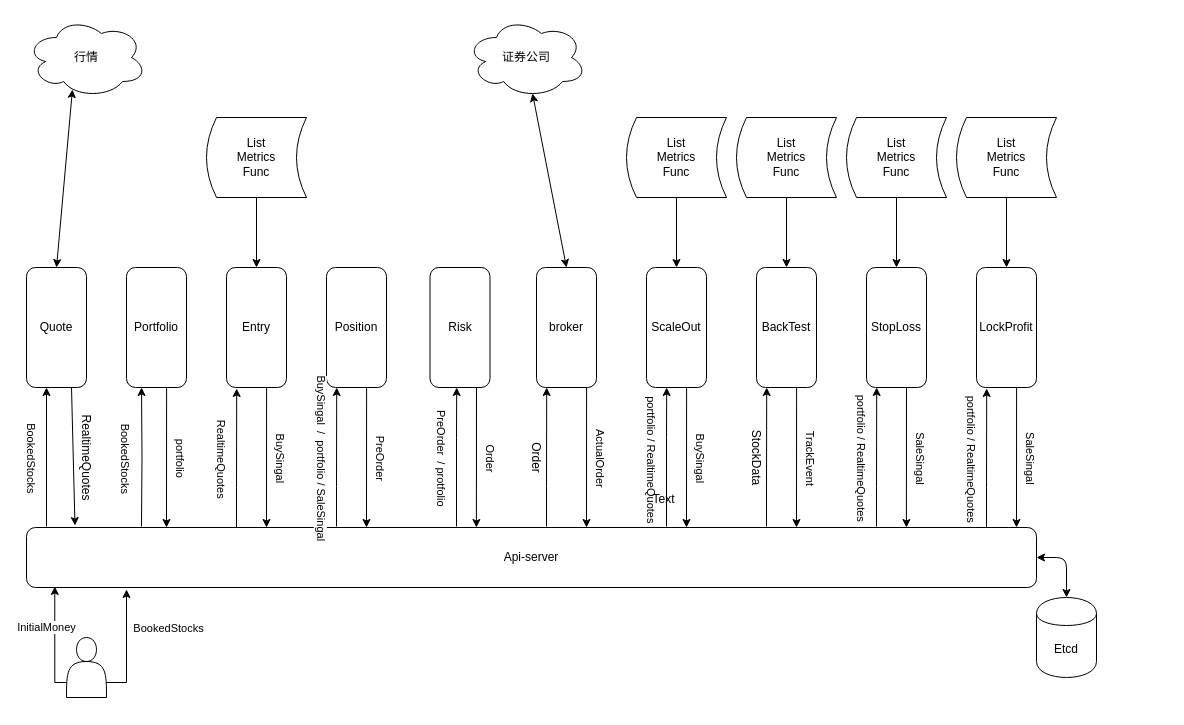
Above: model.drawio in charlesren/eagle (draw.io), before the change. Source tidied: cells renumbered, new cells numbered last; positions are measured from the earlier drawing's top-left corner, leaving out a move shared by most shapes. Both pictures are drawn from the tidied source at 100%, with x=0, y=0 at pixel (26, 17).
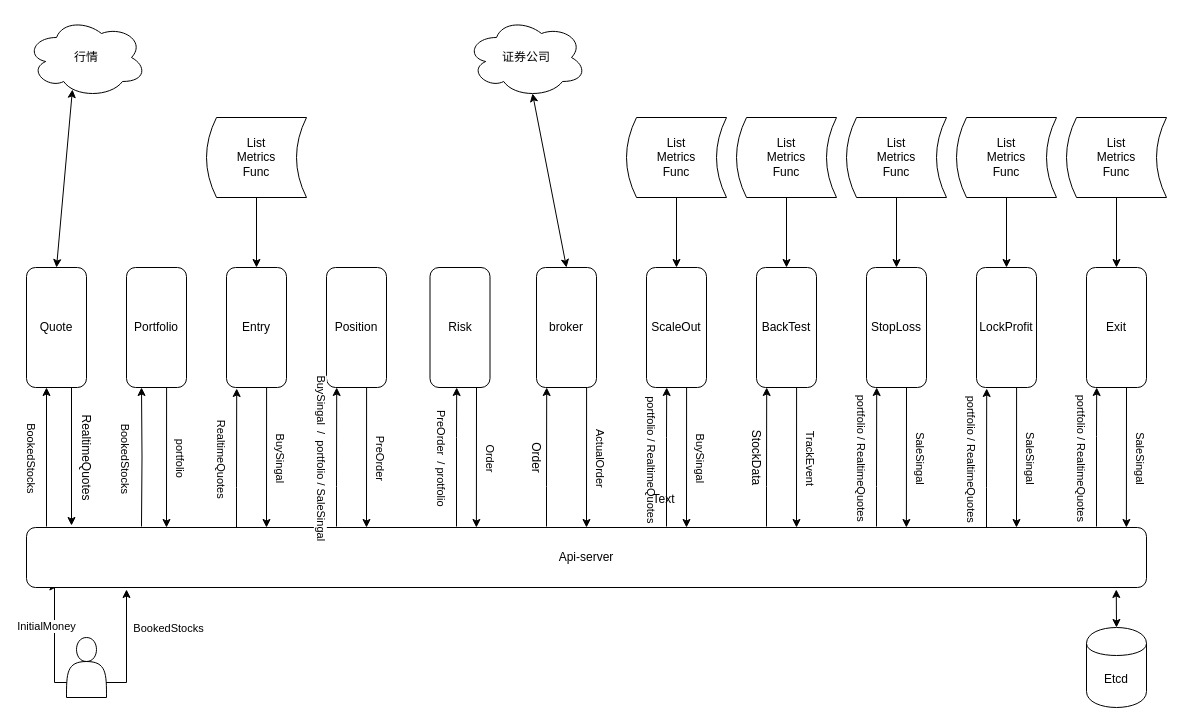
Above is the later version.

Unchanged cells that the change refers to:
```xml
<mxCell id="69" value="Quote" style="rounded=1;whiteSpace=wrap;html=1;direction=south;" parent="1" vertex="1">
  <mxGeometry y="250" width="60" height="120" as="geometry" />
</mxCell>
```

Change to the diagram source:
```diff
@@
     <mxCell id="4" value="Etcd" style="shape=cylinder;whiteSpace=wrap;html=1;boundedLbl=1;backgroundOutline=1;" parent="1" vertex="1">
-      <mxGeometry x="1010" y="580" width="60" height="80" as="geometry" />
+      <mxGeometry x="1060" y="610" width="60" height="80" as="geometry" />
     </mxCell>
@@
     <mxCell id="12" value="Api-server" style="rounded=1;whiteSpace=wrap;html=1;" parent="1" vertex="1">
-      <mxGeometry y="510" width="1010" height="60" as="geometry" />
+      <mxGeometry y="510" width="1120" height="60" as="geometry" />
     </mxCell>
-    <mxCell id="13" style="endArrow=classic;startArrow=classic;html=1;entryX=0.5;entryY=0;entryDx=0;entryDy=0;exitX=1;exitY=0.5;exitDx=0;exitDy=0;" parent="1" edge="1" source="12" target="4">
-      <mxGeometry relative="1" as="geometry">
-        <Array as="points">
-          <mxPoint x="1040" y="540" />
-        </Array>
-      </mxGeometry>
-    </mxCell>
@@
-    <mxCell id="16" style="endArrow=classic;html=1;exitX=1;exitY=0.25;exitDx=0;exitDy=0;entryX=0.048;entryY=-0.033;entryDx=0;entryDy=0;entryPerimeter=0;" parent="1" edge="1" source="69" target="12">
-      <mxGeometry relative="1" as="geometry" />
+    <mxCell id="16" style="endArrow=classic;html=1;exitX=1;exitY=0.25;exitDx=0;exitDy=0;" parent="1" edge="1" source="69">
+      <mxGeometry relative="1" as="geometry">
+        <mxPoint x="45" y="508" as="targetPoint" />
+      </mxGeometry>
     </mxCell>
@@
+    <mxCell id="75" value="Exit" style="rounded=1;whiteSpace=wrap;html=1;direction=south;" parent="1" vertex="1">
+      <mxGeometry x="1060" y="250" width="60" height="120" as="geometry" />
+    </mxCell>
+    <mxCell id="76" value="List&lt;br&gt;Metrics&lt;br&gt;Func" style="shape=dataStorage;whiteSpace=wrap;html=1;" parent="1" vertex="1">
+      <mxGeometry x="1040" y="100" width="100" height="80" as="geometry" />
+    </mxCell>
+    <mxCell id="77" style="edgeStyle=orthogonalEdgeStyle;rounded=0;jettySize=auto;html=1;exitX=0.5;exitY=1;exitDx=0;exitDy=0;entryX=0;entryY=0.5;entryDx=0;entryDy=0;" parent="1" edge="1" source="76" target="75">
+      <mxGeometry relative="1" as="geometry" />
+    </mxCell>
+    <mxCell id="13" style="endArrow=classic;startArrow=classic;html=1;entryX=0.5;entryY=0;entryDx=0;entryDy=0;exitX=0.973;exitY=1.033;exitDx=0;exitDy=0;exitPerimeter=0;" parent="1" edge="1" source="12" target="4">
+      <mxGeometry relative="1" as="geometry" />
+    </mxCell>
+    <mxCell id="78" style="edgeStyle=orthogonalEdgeStyle;rounded=0;orthogonalLoop=1;jettySize=auto;html=1;exitX=0.042;exitY=-0.017;exitDx=0;exitDy=0;entryX=1;entryY=0.75;entryDx=0;entryDy=0;exitPerimeter=0;" parent="1" edge="1">
+      <mxGeometry relative="1" as="geometry">
+        <mxPoint x="1070" y="509" as="sourcePoint" />
+        <mxPoint x="1070.2" y="370" as="targetPoint" />
+        <Array as="points">
+          <mxPoint x="1070" y="419" />
+          <mxPoint x="1070" y="419" />
+        </Array>
+      </mxGeometry>
+    </mxCell>
+    <mxCell id="79" value="portfolio / RealtimeQuotes" style="edgeLabel;html=1;align=center;verticalAlign=middle;rotation=90;" parent="78" vertex="1">
+      <mxGeometry x="0.02" y="-1" relative="1" as="geometry">
+        <mxPoint x="-16" y="1.8" as="offset" />
+      </mxGeometry>
+    </mxCell>
+    <mxCell id="80" style="endArrow=classic;html=1;exitX=1;exitY=0.25;exitDx=0;exitDy=0;entryX=0.093;entryY=0;entryDx=0;entryDy=0;entryPerimeter=0;" parent="1" edge="1">
+      <mxGeometry relative="1" as="geometry">
+        <mxPoint x="1100" y="370" as="sourcePoint" />
+        <mxPoint x="1099.9" y="510" as="targetPoint" />
+      </mxGeometry>
+    </mxCell>
+    <mxCell id="81" value="SaleSingal" style="edgeLabel;html=1;align=center;verticalAlign=middle;rotation=90;" parent="80" vertex="1">
+      <mxGeometry x="-0.18" y="1" relative="1" as="geometry">
+        <mxPoint x="14.1" y="13" as="offset" />
+      </mxGeometry>
+    </mxCell>
```
